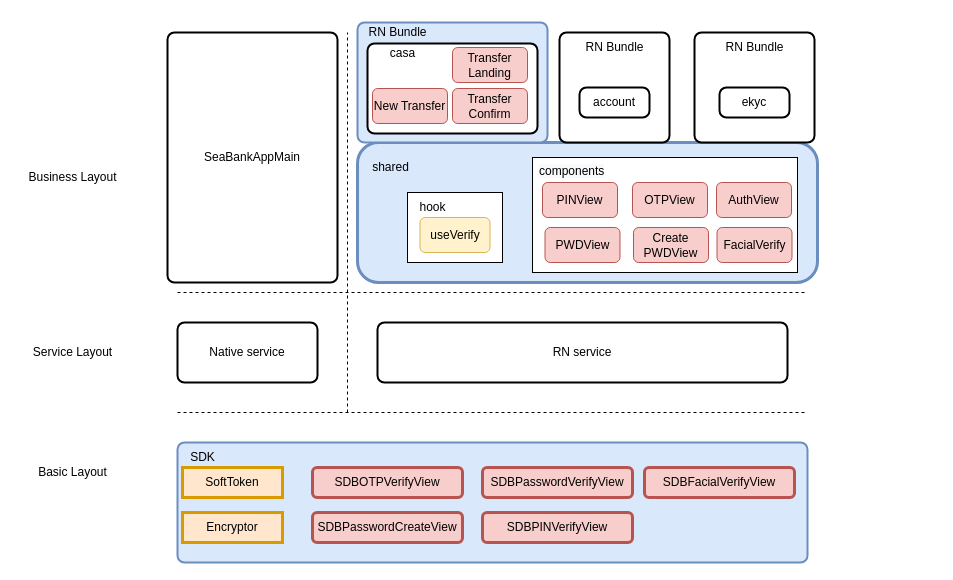
Above: Transfer/转账overall Design.drawio in RexYao97/sfrex (draw.io), before the change. Source tidied: cells renumbered, new cells numbered last; positions are measured from the earlier drawing's top-left corner, leaving out a move shared by most shapes. Both pictures are drawn from the tidied source at 100%, with x=0, y=0 at pixel (17, 17).
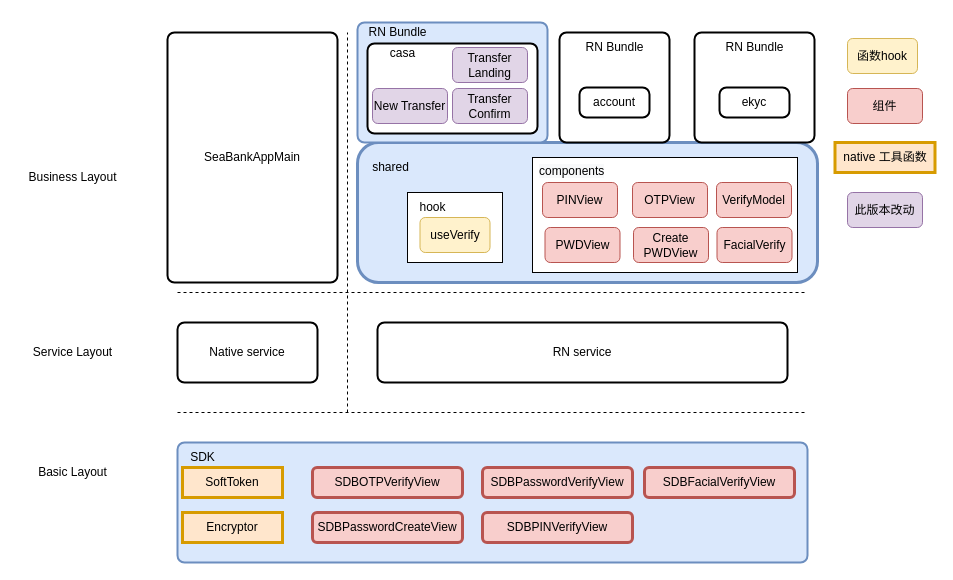
The same diagram, later.

Diff of the diagram source:
```diff
@@
-    <mxCell id="39" value="AuthView" style="rounded=1;whiteSpace=wrap;html=1;fillColor=#f8cecc;strokeColor=#b85450;" parent="1" vertex="1">
+    <mxCell id="39" value="VerifyModel" style="rounded=1;whiteSpace=wrap;html=1;fillColor=#f8cecc;strokeColor=#b85450;" parent="1" vertex="1">
       <mxGeometry x="699" y="165" width="75" height="35" as="geometry" />
     </mxCell>
@@
-    <mxCell id="41" value="Transfer Confirm" style="rounded=1;whiteSpace=wrap;html=1;fillColor=#f8cecc;strokeColor=#b85450;" parent="1" vertex="1">
+    <mxCell id="41" value="Transfer Confirm" style="rounded=1;whiteSpace=wrap;html=1;fillColor=#e1d5e7;strokeColor=#9673a6;" parent="1" vertex="1">
       <mxGeometry x="435" y="71" width="75" height="35" as="geometry" />
     </mxCell>
-    <mxCell id="42" value="Transfer Landing" style="rounded=1;whiteSpace=wrap;html=1;fillColor=#f8cecc;strokeColor=#b85450;" parent="1" vertex="1">
+    <mxCell id="42" value="Transfer Landing" style="rounded=1;whiteSpace=wrap;html=1;fillColor=#e1d5e7;strokeColor=#9673a6;" parent="1" vertex="1">
       <mxGeometry x="435" y="30" width="75" height="35" as="geometry" />
     </mxCell>
-    <mxCell id="43" value="New Transfer" style="rounded=1;whiteSpace=wrap;html=1;fillColor=#f8cecc;strokeColor=#b85450;" parent="1" vertex="1">
+    <mxCell id="43" value="New Transfer" style="rounded=1;whiteSpace=wrap;html=1;fillColor=#e1d5e7;strokeColor=#9673a6;" parent="1" vertex="1">
       <mxGeometry x="355" y="71" width="75" height="35" as="geometry" />
     </mxCell>
@@
+    <mxCell id="46" value="函数hook" style="rounded=1;whiteSpace=wrap;html=1;fillColor=#fff2cc;strokeColor=#d6b656;" parent="1" vertex="1">
+      <mxGeometry x="830" y="21" width="70" height="35" as="geometry" />
+    </mxCell>
+    <mxCell id="47" value="组件" style="rounded=1;whiteSpace=wrap;html=1;fillColor=#f8cecc;strokeColor=#b85450;" parent="1" vertex="1">
+      <mxGeometry x="830" y="71" width="75" height="35" as="geometry" />
+    </mxCell>
+    <mxCell id="48" value="native 工具函数" style="whiteSpace=wrap;html=1;strokeWidth=3;fillColor=#ffe6cc;strokeColor=#d79b00;" parent="1" vertex="1">
+      <mxGeometry x="817.5" y="125" width="100" height="30" as="geometry" />
+    </mxCell>
+    <mxCell id="49" value="此版本改动" style="rounded=1;whiteSpace=wrap;html=1;fillColor=#e1d5e7;strokeColor=#9673a6;" parent="1" vertex="1">
+      <mxGeometry x="830" y="175" width="75" height="35" as="geometry" />
+    </mxCell>
```
